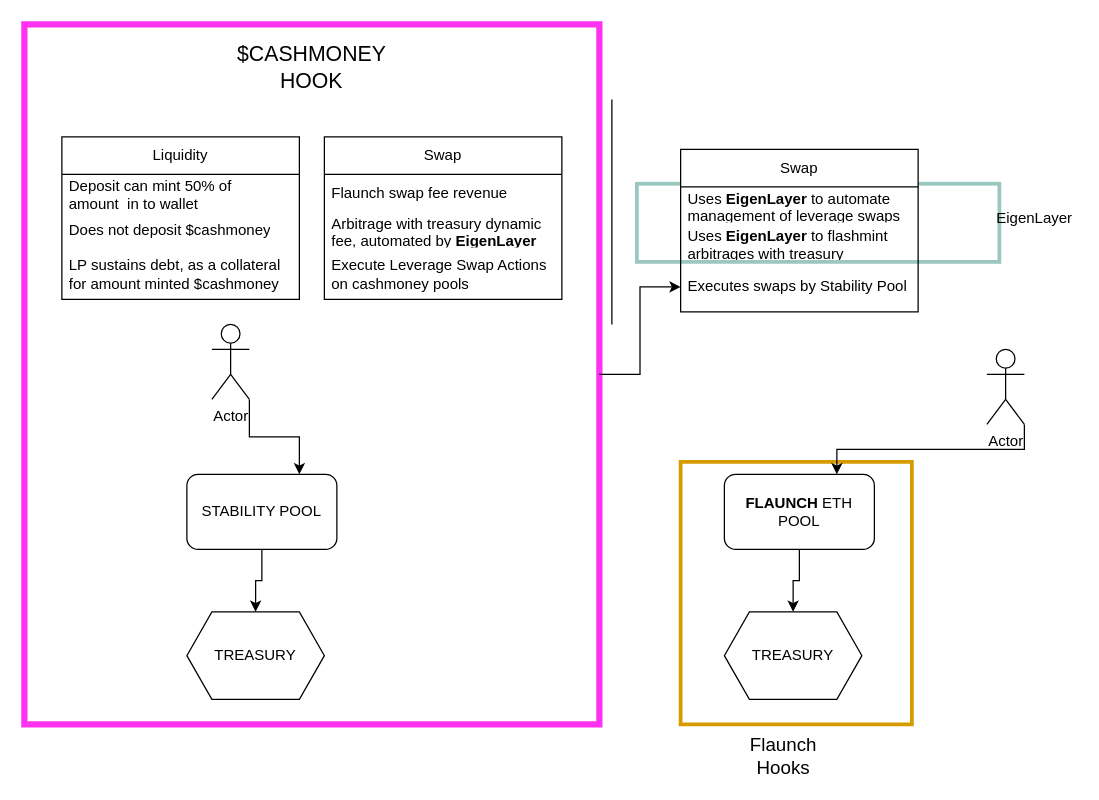
Before: cashmoney.drawio in MiguelBits/cashmoney-contracts, a draw.io diagram. Source tidied: cells renumbered, new cells numbered last; positions are measured from the earlier drawing's top-left corner, leaving out a move shared by most shapes. Both pictures are drawn from the tidied source at 125%, with x=0, y=0 at pixel (24, 24).
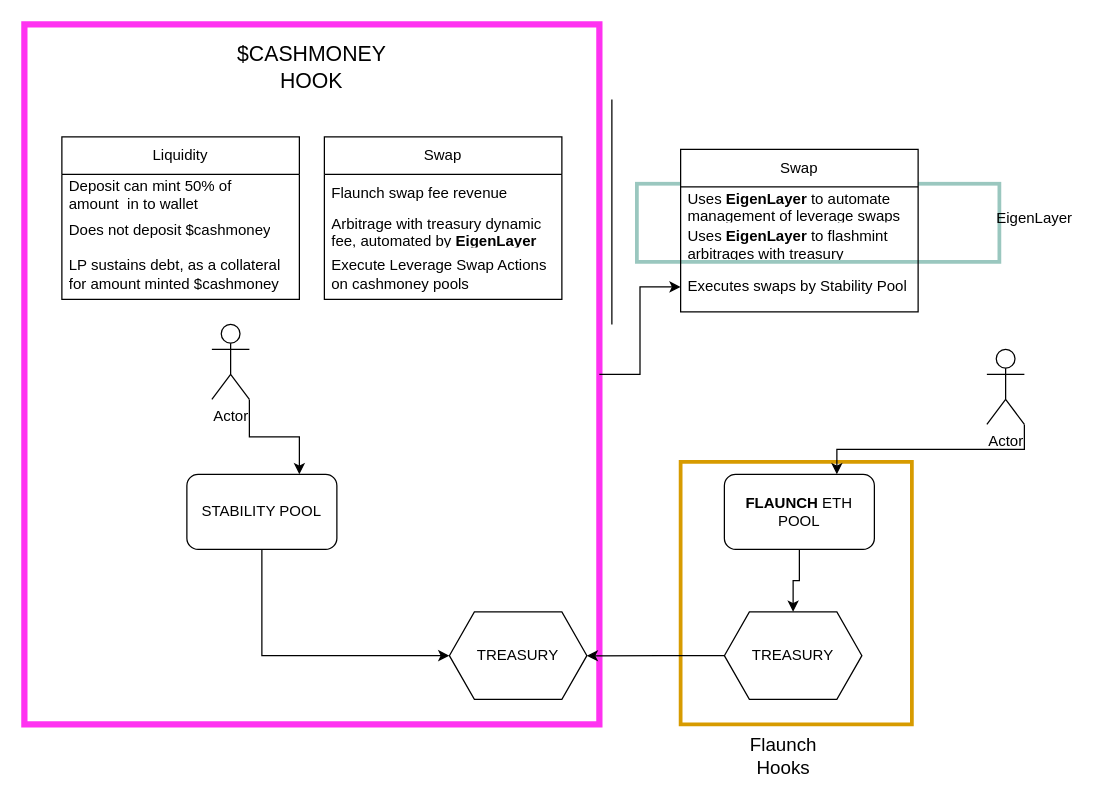
Above is the later version.

The change refers to these unchanged cells:
```xml
<mxCell id="4" style="rounded=0;whiteSpace=wrap;html=1;fillColor=none;strokeColor=#FF32F1;strokeWidth=5;" parent="1" vertex="1">
  <mxGeometry width="460" height="560" as="geometry" />
</mxCell>
<mxCell id="6" value="STABILITY POOL" style="rounded=1;whiteSpace=wrap;html=1;" parent="1" vertex="1">
  <mxGeometry x="130" y="360" width="120" height="60" as="geometry" />
</mxCell>
<mxCell id="9" value="TREASURY" style="shape=hexagon;perimeter=hexagonPerimeter2;whiteSpace=wrap;html=1;fixedSize=1;" parent="1" vertex="1">
  <mxGeometry x="560" y="470" width="110" height="70" as="geometry" />
</mxCell>
```

The edit, as a diff of the source:
```diff
@@
-    <mxCell id="5" style="edgeStyle=orthogonalEdgeStyle;rounded=0;jettySize=auto;html=1;exitX=0.5;exitY=1;exitDx=0;exitDy=0;entryX=0.5;entryY=0;entryDx=0;entryDy=0;" parent="1" edge="1" source="6" target="10">
+    <mxCell id="5" style="edgeStyle=orthogonalEdgeStyle;rounded=0;jettySize=auto;html=1;exitX=0.5;exitY=1;exitDx=0;exitDy=0;entryX=0;entryY=0.5;entryDx=0;entryDy=0;" parent="1" edge="1" source="6" target="10">
       <mxGeometry relative="1" as="geometry" />
     </mxCell>
@@
     <mxCell id="10" value="TREASURY" style="shape=hexagon;perimeter=hexagonPerimeter2;whiteSpace=wrap;html=1;fixedSize=1;" parent="1" vertex="1">
-      <mxGeometry x="130" y="470" width="110" height="70" as="geometry" />
+      <mxGeometry x="340" y="470" width="110" height="70" as="geometry" />
     </mxCell>
@@
+    <mxCell id="32" style="edgeStyle=orthogonalEdgeStyle;rounded=0;jettySize=auto;html=1;exitX=0;exitY=0.5;exitDx=0;exitDy=0;entryX=0.978;entryY=0.902;entryDx=0;entryDy=0;entryPerimeter=0;" parent="1" edge="1" source="9" target="4">
+      <mxGeometry relative="1" as="geometry" />
+    </mxCell>
```
